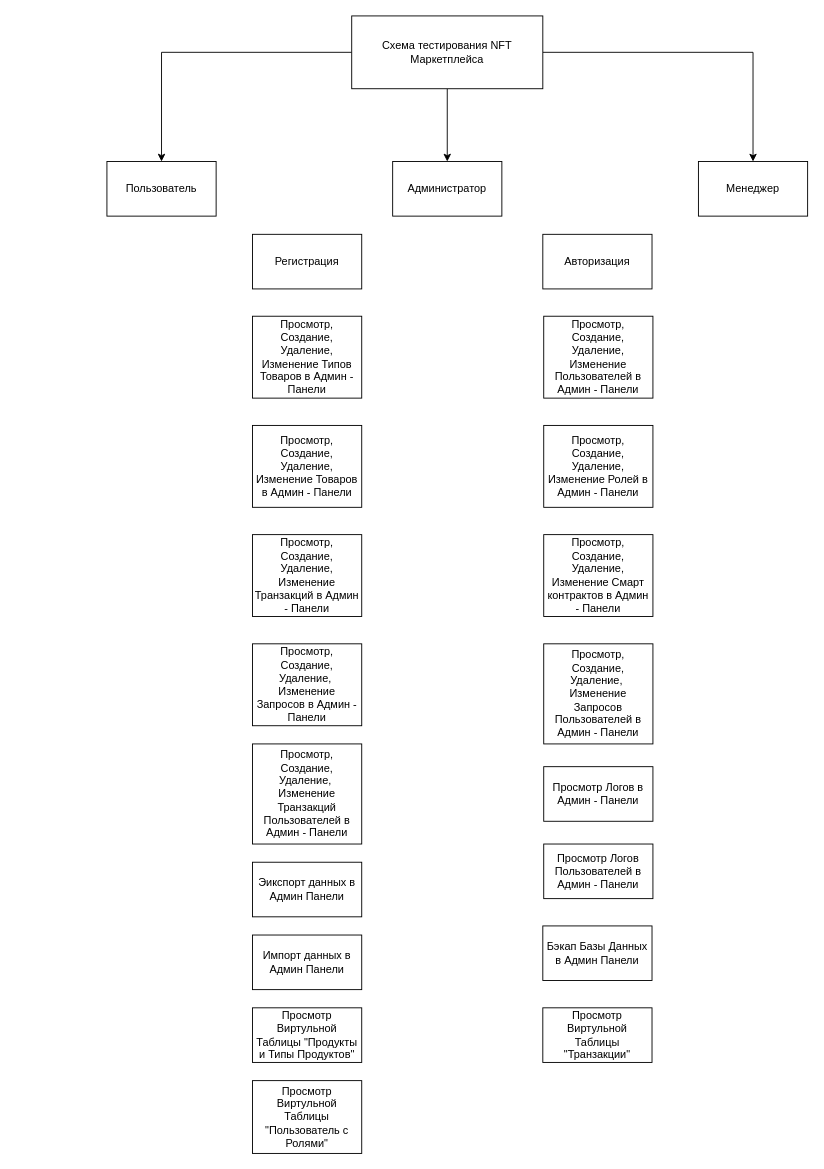
Earlier version of the draw.io diagram test-process_scheme.drawio (slsforme/ton_market_django). Source tidied: cells renumbered, new cells numbered last; positions are measured from the earlier drawing's top-left corner, leaving out a move shared by most shapes. Both pictures are drawn from the tidied source at 91%, with x=0, y=0 at pixel (106, 15).
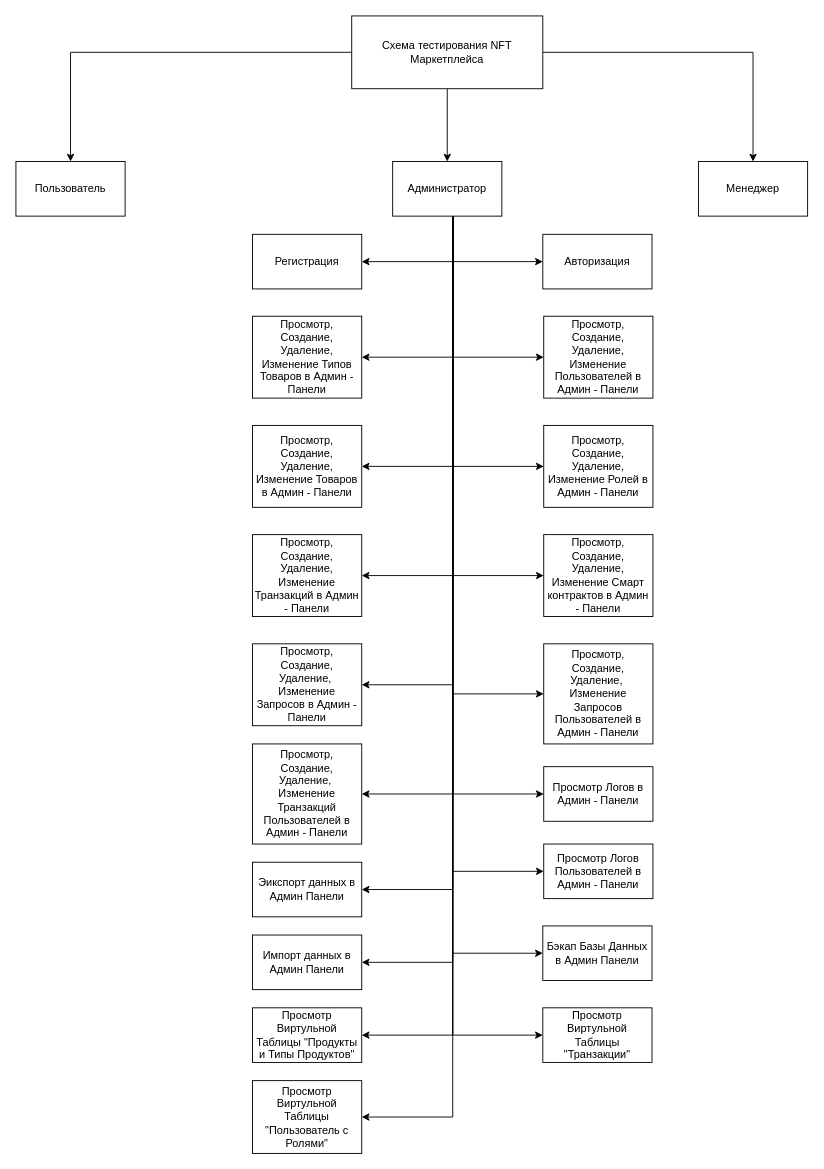
The same page after the edit.

Unchanged cells that the change refers to:
```xml
<mxCell id="8" value="Администратор" style="rounded=0;whiteSpace=wrap;html=1;" parent="1" vertex="1">
  <mxGeometry x="314" y="160" width="120" height="60" as="geometry" />
</mxCell>
<mxCell id="9" value="Авторизация" style="rounded=0;whiteSpace=wrap;html=1;" parent="1" vertex="1">
  <mxGeometry x="479" y="240" width="120" height="60" as="geometry" />
</mxCell>
<mxCell id="10" value="Просмотр, Создание, Удаление, Изменение Пользователей в Админ - Панели" style="rounded=0;whiteSpace=wrap;html=1;" parent="1" vertex="1">
  <mxGeometry x="480" y="330" width="120" height="90" as="geometry" />
</mxCell>
<mxCell id="11" value="Просмотр, Создание, Удаление, Изменение Ролей в Админ - Панели" style="rounded=0;whiteSpace=wrap;html=1;" parent="1" vertex="1">
  <mxGeometry x="480" y="450" width="120" height="90" as="geometry" />
</mxCell>
<mxCell id="12" value="Просмотр, Создание, Удаление, Изменение Смарт контрактов в Админ - Панели" style="rounded=0;whiteSpace=wrap;html=1;" parent="1" vertex="1">
  <mxGeometry x="480" y="570" width="120" height="90" as="geometry" />
</mxCell>
<mxCell id="13" value="Просмотр, Создание, Удаление, Изменение Транзакций в Админ - Панели" style="rounded=0;whiteSpace=wrap;html=1;" parent="1" vertex="1">
  <mxGeometry x="160" y="570" width="120" height="90" as="geometry" />
</mxCell>
<mxCell id="14" value="Просмотр, Создание, Удаление, Изменение Товаров в Админ - Панели" style="rounded=0;whiteSpace=wrap;html=1;" parent="1" vertex="1">
  <mxGeometry x="160" y="450" width="120" height="90" as="geometry" />
</mxCell>
<mxCell id="15" value="Просмотр, Создание, Удаление, Изменение Типов Товаров в Админ - Панели" style="rounded=0;whiteSpace=wrap;html=1;" parent="1" vertex="1">
  <mxGeometry x="160" y="330" width="120" height="90" as="geometry" />
</mxCell>
<mxCell id="16" value="Просмотр Логов в Админ - Панели" style="rounded=0;whiteSpace=wrap;html=1;" parent="1" vertex="1">
  <mxGeometry x="480" y="825" width="120" height="60" as="geometry" />
</mxCell>
<mxCell id="17" value="Просмотр, Создание, Удаление,&amp;nbsp;&lt;div&gt;Изменение Запросов&amp;nbsp;&lt;span style=&quot;background-color: initial;&quot;&gt;в Админ - Панели&lt;/span&gt;&lt;/div&gt;" style="rounded=0;whiteSpace=wrap;html=1;" parent="1" vertex="1">
  <mxGeometry x="160" y="690" width="120" height="90" as="geometry" />
</mxCell>
<mxCell id="18" value="Просмотр, Создание, Удаление,&amp;nbsp;&lt;div&gt;Изменение Запросов Пользователей&amp;nbsp;&lt;span style=&quot;background-color: initial;&quot;&gt;в Админ - Панели&lt;/span&gt;&lt;/div&gt;" style="rounded=0;whiteSpace=wrap;html=1;" parent="1" vertex="1">
  <mxGeometry x="480" y="690" width="120" height="110" as="geometry" />
</mxCell>
<mxCell id="19" value="Просмотр, Создание, Удаление,&amp;nbsp;&lt;div&gt;Изменение Транзакций Пользователей&amp;nbsp;&lt;span style=&quot;background-color: initial;&quot;&gt;в Админ - Панели&lt;/span&gt;&lt;/div&gt;" style="rounded=0;whiteSpace=wrap;html=1;" parent="1" vertex="1">
  <mxGeometry x="160" y="800" width="120" height="110" as="geometry" />
</mxCell>
<mxCell id="20" value="Просмотр Логов Пользователей в Админ - Панели" style="rounded=0;whiteSpace=wrap;html=1;" parent="1" vertex="1">
  <mxGeometry x="480" y="910" width="120" height="60" as="geometry" />
</mxCell>
<mxCell id="21" value="Регистрация" style="rounded=0;whiteSpace=wrap;html=1;" parent="1" vertex="1">
  <mxGeometry x="160" y="240" width="120" height="60" as="geometry" />
</mxCell>
<mxCell id="22" value="Эикспорт данных в Админ Панели" style="rounded=0;whiteSpace=wrap;html=1;" parent="1" vertex="1">
  <mxGeometry x="160" y="930" width="120" height="60" as="geometry" />
</mxCell>
<mxCell id="23" value="Импорт данных в Админ Панели" style="rounded=0;whiteSpace=wrap;html=1;" parent="1" vertex="1">
  <mxGeometry x="160" y="1010" width="120" height="60" as="geometry" />
</mxCell>
<mxCell id="24" value="Бэкап Базы Данных в Админ Панели" style="rounded=0;whiteSpace=wrap;html=1;" parent="1" vertex="1">
  <mxGeometry x="479" y="1000" width="120" height="60" as="geometry" />
</mxCell>
<mxCell id="25" value="Просмотр Виртульной Таблицы &quot;Продукты и Типы Продуктов&quot;" style="rounded=0;whiteSpace=wrap;html=1;" parent="1" vertex="1">
  <mxGeometry x="160" y="1090" width="120" height="60" as="geometry" />
</mxCell>
<mxCell id="26" value="Просмотр Виртульной Таблицы &quot;Транзакции&quot;" style="rounded=0;whiteSpace=wrap;html=1;" parent="1" vertex="1">
  <mxGeometry x="479" y="1090" width="120" height="60" as="geometry" />
</mxCell>
<mxCell id="27" value="Просмотр Виртульной Таблицы &quot;Пользователь с Ролями&quot;" style="rounded=0;whiteSpace=wrap;html=1;" parent="1" vertex="1">
  <mxGeometry x="160" y="1170" width="120" height="80" as="geometry" />
</mxCell>
```

The edit, as a diff of the source:
```diff
@@
     <mxCell id="6" value="Пользователь" style="rounded=0;whiteSpace=wrap;html=1;" parent="1" vertex="1">
-      <mxGeometry y="160" width="120" height="60" as="geometry" />
+      <mxGeometry x="-100" y="160" width="120" height="60" as="geometry" />
     </mxCell>
@@
+    <mxCell id="28" style="edgeStyle=orthogonalEdgeStyle;rounded=0;jettySize=auto;html=1;entryX=1;entryY=0.5;entryDx=0;entryDy=0;" parent="1" edge="1" source="8" target="21">
+      <mxGeometry relative="1" as="geometry">
+        <Array as="points">
+          <mxPoint x="380" y="270" />
+        </Array>
+      </mxGeometry>
+    </mxCell>
+    <mxCell id="29" style="edgeStyle=orthogonalEdgeStyle;rounded=0;jettySize=auto;html=1;entryX=1;entryY=0.5;entryDx=0;entryDy=0;" parent="1" edge="1" source="8" target="15">
+      <mxGeometry relative="1" as="geometry">
+        <Array as="points">
+          <mxPoint x="380" y="375" />
+        </Array>
+      </mxGeometry>
+    </mxCell>
+    <mxCell id="30" style="edgeStyle=orthogonalEdgeStyle;rounded=0;jettySize=auto;html=1;entryX=0;entryY=0.5;entryDx=0;entryDy=0;" parent="1" edge="1" source="8" target="9">
+      <mxGeometry relative="1" as="geometry">
+        <Array as="points">
+          <mxPoint x="380" y="270" />
+        </Array>
+      </mxGeometry>
+    </mxCell>
+    <mxCell id="31" style="edgeStyle=orthogonalEdgeStyle;rounded=0;jettySize=auto;html=1;entryX=0;entryY=0.5;entryDx=0;entryDy=0;" parent="1" edge="1" source="8" target="10">
+      <mxGeometry relative="1" as="geometry">
+        <Array as="points">
+          <mxPoint x="380" y="375" />
+        </Array>
+      </mxGeometry>
+    </mxCell>
+    <mxCell id="32" style="edgeStyle=orthogonalEdgeStyle;rounded=0;jettySize=auto;html=1;entryX=1;entryY=0.5;entryDx=0;entryDy=0;" parent="1" edge="1" source="8" target="14">
+      <mxGeometry relative="1" as="geometry">
+        <Array as="points">
+          <mxPoint x="380" y="495" />
+        </Array>
+      </mxGeometry>
+    </mxCell>
+    <mxCell id="33" style="edgeStyle=orthogonalEdgeStyle;rounded=0;jettySize=auto;html=1;entryX=0;entryY=0.5;entryDx=0;entryDy=0;" parent="1" edge="1" source="8" target="11">
+      <mxGeometry relative="1" as="geometry">
+        <Array as="points">
+          <mxPoint x="380" y="495" />
+        </Array>
+      </mxGeometry>
+    </mxCell>
+    <mxCell id="34" style="edgeStyle=orthogonalEdgeStyle;rounded=0;jettySize=auto;html=1;entryX=1;entryY=0.5;entryDx=0;entryDy=0;" parent="1" edge="1" source="8" target="13">
+      <mxGeometry relative="1" as="geometry">
+        <Array as="points">
+          <mxPoint x="380" y="615" />
+        </Array>
+      </mxGeometry>
+    </mxCell>
+    <mxCell id="35" style="edgeStyle=orthogonalEdgeStyle;rounded=0;jettySize=auto;html=1;entryX=0;entryY=0.5;entryDx=0;entryDy=0;" parent="1" edge="1" source="8" target="12">
+      <mxGeometry relative="1" as="geometry">
+        <Array as="points">
+          <mxPoint x="380" y="615" />
+        </Array>
+      </mxGeometry>
+    </mxCell>
+    <mxCell id="36" style="edgeStyle=orthogonalEdgeStyle;rounded=0;jettySize=auto;html=1;entryX=1;entryY=0.5;entryDx=0;entryDy=0;" parent="1" edge="1" source="8" target="17">
+      <mxGeometry relative="1" as="geometry">
+        <Array as="points">
+          <mxPoint x="380" y="735" />
+        </Array>
+      </mxGeometry>
+    </mxCell>
+    <mxCell id="37" style="edgeStyle=orthogonalEdgeStyle;rounded=0;jettySize=auto;html=1;entryX=0;entryY=0.5;entryDx=0;entryDy=0;" parent="1" edge="1" source="8" target="18">
+      <mxGeometry relative="1" as="geometry">
+        <Array as="points">
+          <mxPoint x="380" y="745" />
+        </Array>
+      </mxGeometry>
+    </mxCell>
+    <mxCell id="38" style="edgeStyle=orthogonalEdgeStyle;rounded=0;jettySize=auto;html=1;entryX=1;entryY=0.5;entryDx=0;entryDy=0;" parent="1" edge="1" source="8" target="19">
+      <mxGeometry relative="1" as="geometry">
+        <Array as="points">
+          <mxPoint x="380" y="855" />
+        </Array>
+      </mxGeometry>
+    </mxCell>
+    <mxCell id="39" style="edgeStyle=orthogonalEdgeStyle;rounded=0;jettySize=auto;html=1;entryX=0;entryY=0.5;entryDx=0;entryDy=0;" parent="1" edge="1" source="8" target="16">
+      <mxGeometry relative="1" as="geometry">
+        <Array as="points">
+          <mxPoint x="380" y="855" />
+        </Array>
+      </mxGeometry>
+    </mxCell>
+    <mxCell id="40" style="edgeStyle=orthogonalEdgeStyle;rounded=0;jettySize=auto;html=1;entryX=1;entryY=0.5;entryDx=0;entryDy=0;" parent="1" edge="1" source="8" target="22">
+      <mxGeometry relative="1" as="geometry">
+        <Array as="points">
+          <mxPoint x="380" y="960" />
+        </Array>
+      </mxGeometry>
+    </mxCell>
+    <mxCell id="41" style="edgeStyle=orthogonalEdgeStyle;rounded=0;jettySize=auto;html=1;entryX=0;entryY=0.5;entryDx=0;entryDy=0;" parent="1" edge="1" source="8" target="20">
+      <mxGeometry relative="1" as="geometry">
+        <Array as="points">
+          <mxPoint x="380" y="940" />
+        </Array>
+      </mxGeometry>
+    </mxCell>
+    <mxCell id="42" style="edgeStyle=orthogonalEdgeStyle;rounded=0;jettySize=auto;html=1;entryX=1;entryY=0.5;entryDx=0;entryDy=0;" parent="1" edge="1" source="8" target="23">
+      <mxGeometry relative="1" as="geometry">
+        <Array as="points">
+          <mxPoint x="380" y="1040" />
+        </Array>
+      </mxGeometry>
+    </mxCell>
+    <mxCell id="43" style="edgeStyle=orthogonalEdgeStyle;rounded=0;jettySize=auto;html=1;entryX=0;entryY=0.5;entryDx=0;entryDy=0;" parent="1" edge="1" source="8" target="24">
+      <mxGeometry relative="1" as="geometry">
+        <Array as="points">
+          <mxPoint x="380" y="1030" />
+        </Array>
+      </mxGeometry>
+    </mxCell>
+    <mxCell id="44" style="edgeStyle=orthogonalEdgeStyle;rounded=0;jettySize=auto;html=1;entryX=1;entryY=0.5;entryDx=0;entryDy=0;" parent="1" edge="1" source="8" target="25">
+      <mxGeometry relative="1" as="geometry">
+        <Array as="points">
+          <mxPoint x="380" y="1120" />
+        </Array>
+      </mxGeometry>
+    </mxCell>
+    <mxCell id="45" style="edgeStyle=orthogonalEdgeStyle;rounded=0;jettySize=auto;html=1;entryX=0;entryY=0.5;entryDx=0;entryDy=0;" parent="1" edge="1" source="8" target="26">
+      <mxGeometry relative="1" as="geometry">
+        <Array as="points">
+          <mxPoint x="380" y="1120" />
+        </Array>
+      </mxGeometry>
+    </mxCell>
+    <mxCell id="46" style="edgeStyle=orthogonalEdgeStyle;rounded=0;jettySize=auto;html=1;entryX=1;entryY=0.5;entryDx=0;entryDy=0;" parent="1" edge="1" source="8" target="27">
+      <mxGeometry relative="1" as="geometry">
+        <Array as="points">
+          <mxPoint x="380" y="1210" />
+        </Array>
+      </mxGeometry>
+    </mxCell>
```
